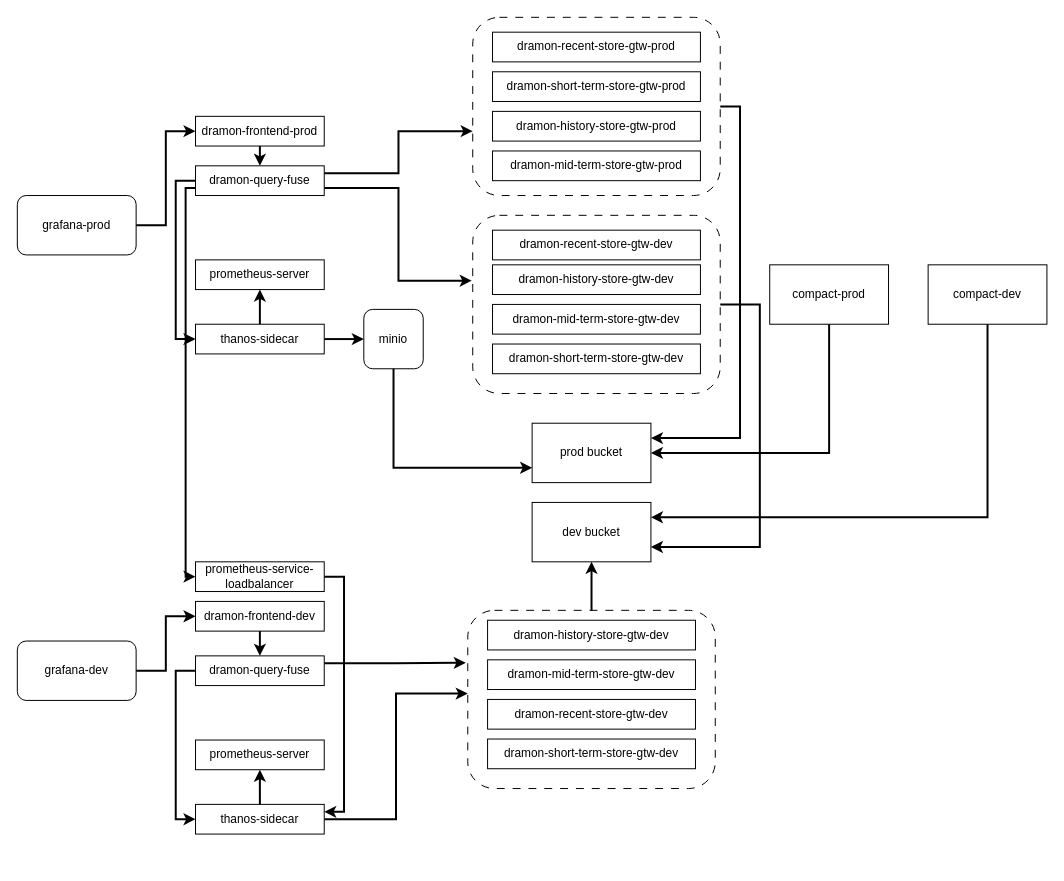
Before: thanos.drawio in woodguest/drawio, a draw.io diagram. Source tidied: cells renumbered, new cells numbered last; positions are measured from the earlier drawing's top-left corner, leaving out a move shared by most shapes. Both pictures are drawn from the tidied source at 99%, with x=0, y=0 at pixel (17, 17).
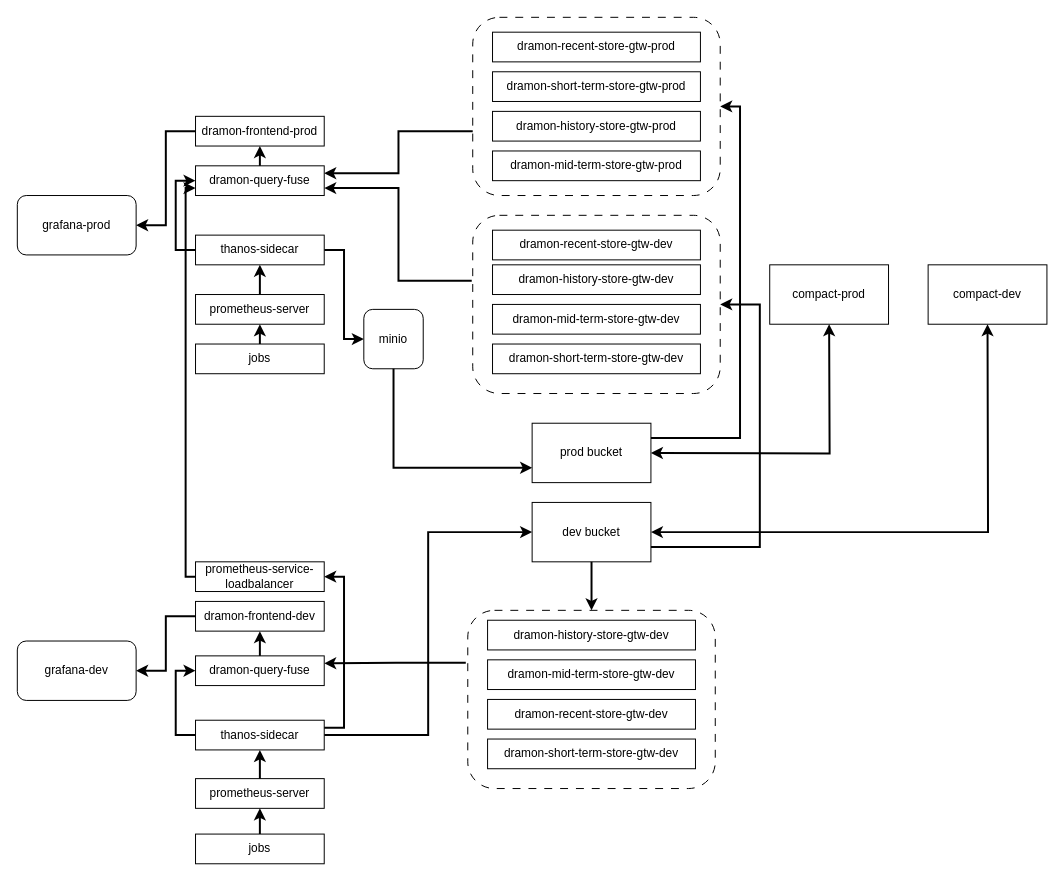
Above is the later version.

Unchanged cells that the change refers to:
```xml
<mxCell id="2" style="group;" parent="1" vertex="1">
  <mxGeometry width="1040" height="825" as="geometry" />
</mxCell>
<mxCell id="3" style="rounded=1;whiteSpace=wrap;html=1;dashed=1;dashPattern=8 8;" parent="2" vertex="1">
  <mxGeometry x="455" y="599" width="250" height="180" as="geometry" />
</mxCell>
<mxCell id="4" style="rounded=1;whiteSpace=wrap;html=1;dashed=1;dashPattern=8 8;" parent="2" vertex="1">
  <mxGeometry x="460" y="200" width="250" height="180" as="geometry" />
</mxCell>
<mxCell id="5" style="rounded=1;whiteSpace=wrap;html=1;dashed=1;dashPattern=8 8;" parent="2" vertex="1">
  <mxGeometry x="460" width="250" height="180" as="geometry" />
</mxCell>
<mxCell id="6" value="grafana-prod" style="rounded=1;whiteSpace=wrap;html=1;" parent="2" vertex="1">
  <mxGeometry y="180" width="120" height="60" as="geometry" />
</mxCell>
<mxCell id="7" value="grafana-dev" style="rounded=1;whiteSpace=wrap;html=1;" parent="2" vertex="1">
  <mxGeometry y="630" width="120" height="60" as="geometry" />
</mxCell>
<mxCell id="19" value="dramon-frontend-prod" style="rounded=0;whiteSpace=wrap;html=1;" parent="2" vertex="1">
  <mxGeometry x="180" y="100" width="130" height="30" as="geometry" />
</mxCell>
<mxCell id="22" value="dramon-query-fuse" style="rounded=0;whiteSpace=wrap;html=1;" parent="2" vertex="1">
  <mxGeometry x="180" y="150" width="130" height="30" as="geometry" />
</mxCell>
<mxCell id="29" value="prod&amp;nbsp;bucket" style="rounded=0;whiteSpace=wrap;html=1;" parent="2" vertex="1">
  <mxGeometry x="520" y="410" width="120" height="60" as="geometry" />
</mxCell>
<mxCell id="32" value="dev bucket" style="rounded=0;whiteSpace=wrap;html=1;" parent="2" vertex="1">
  <mxGeometry x="520" y="490" width="120" height="60" as="geometry" />
</mxCell>
<mxCell id="36" value="&lt;p style=&quot;margin-top: 0pt; margin-bottom: 0pt; margin-left: 0in; direction: ltr; unicode-bidi: embed; word-break: normal;&quot;&gt;compact-prod&lt;/p&gt;" style="rounded=0;whiteSpace=wrap;html=1;" parent="2" vertex="1">
  <mxGeometry x="760" y="250" width="120" height="60" as="geometry" />
</mxCell>
<mxCell id="38" value="&lt;p style=&quot;margin-top: 0pt; margin-bottom: 0pt; margin-left: 0in; direction: ltr; unicode-bidi: embed; word-break: normal;&quot;&gt;compact-dev&lt;/p&gt;" style="rounded=0;whiteSpace=wrap;html=1;" parent="2" vertex="1">
  <mxGeometry x="920" y="250" width="120" height="60" as="geometry" />
</mxCell>
<mxCell id="39" value="dramon-frontend-dev" style="rounded=0;whiteSpace=wrap;html=1;" parent="2" vertex="1">
  <mxGeometry x="180" y="590" width="130" height="30" as="geometry" />
</mxCell>
<mxCell id="42" value="dramon-query-fuse" style="rounded=0;whiteSpace=wrap;html=1;" parent="2" vertex="1">
  <mxGeometry x="180" y="645" width="130" height="30" as="geometry" />
</mxCell>
<mxCell id="54" value="prometheus-service-loadbalancer" style="rounded=0;whiteSpace=wrap;html=1;" parent="2" vertex="1">
  <mxGeometry x="180" y="550" width="130" height="30" as="geometry" />
</mxCell>
```

Diff of the diagram source:
```diff
@@
-<mxGraphModel>
+<mxGraphModel background="#FFFFFF">
@@
-    <mxCell id="17" style="edgeStyle=orthogonalEdgeStyle;rounded=0;jettySize=auto;html=1;exitX=1;exitY=0.25;exitDx=0;exitDy=0;entryX=0;entryY=0.639;entryDx=0;entryDy=0;entryPerimeter=0;strokeWidth=2;" parent="2" edge="1" source="22" target="5">
+    <mxCell id="17" style="edgeStyle=orthogonalEdgeStyle;rounded=0;jettySize=auto;html=1;exitX=0;exitY=0.639;exitDx=0;exitDy=0;entryX=1;entryY=0.25;entryDx=0;entryDy=0;strokeWidth=2;exitPerimeter=0;" parent="2" edge="1" source="5" target="22">
       <mxGeometry relative="1" as="geometry" />
     </mxCell>
-    <mxCell id="18" style="edgeStyle=orthogonalEdgeStyle;rounded=0;jettySize=auto;html=1;exitX=1;exitY=0.75;exitDx=0;exitDy=0;entryX=-0.004;entryY=0.367;entryDx=0;entryDy=0;entryPerimeter=0;strokeWidth=2;" parent="2" edge="1" source="22" target="4">
+    <mxCell id="18" style="edgeStyle=orthogonalEdgeStyle;rounded=0;jettySize=auto;html=1;exitX=-0.004;exitY=0.367;exitDx=0;exitDy=0;entryX=1;entryY=0.75;entryDx=0;entryDy=0;strokeWidth=2;exitPerimeter=0;" parent="2" edge="1" source="4" target="22">
       <mxGeometry relative="1" as="geometry" />
     </mxCell>
@@
-    <mxCell id="20" style="edgeStyle=orthogonalEdgeStyle;rounded=0;jettySize=auto;html=1;exitX=1;exitY=0.5;exitDx=0;exitDy=0;entryX=0;entryY=0.5;entryDx=0;entryDy=0;strokeWidth=2;" parent="2" edge="1" source="6" target="19">
+    <mxCell id="20" style="edgeStyle=orthogonalEdgeStyle;rounded=0;jettySize=auto;html=1;exitX=0;exitY=0.5;exitDx=0;exitDy=0;entryX=1;entryY=0.5;entryDx=0;entryDy=0;strokeWidth=2;" parent="2" edge="1" source="19" target="6">
       <mxGeometry relative="1" as="geometry" />
     </mxCell>
-    <mxCell id="21" style="edgeStyle=orthogonalEdgeStyle;rounded=0;jettySize=auto;html=1;exitX=0;exitY=0.75;exitDx=0;exitDy=0;entryX=0;entryY=0.5;entryDx=0;entryDy=0;strokeWidth=2;" parent="2" edge="1" source="22" target="54">
+    <mxCell id="21" style="edgeStyle=orthogonalEdgeStyle;rounded=0;jettySize=auto;html=1;exitX=0;exitY=0.5;exitDx=0;exitDy=0;entryX=0;entryY=0.75;entryDx=0;entryDy=0;strokeWidth=2;" parent="2" edge="1" source="54" target="22">
       <mxGeometry relative="1" as="geometry">
         <Array as="points">
+          <mxPoint x="170" y="565" />
           <mxPoint x="170" y="173" />
-          <mxPoint x="170" y="565" />
         </Array>
       </mxGeometry>
     </mxCell>
@@
-    <mxCell id="23" style="edgeStyle=orthogonalEdgeStyle;rounded=0;jettySize=auto;html=1;exitX=0.5;exitY=1;exitDx=0;exitDy=0;entryX=0.5;entryY=0;entryDx=0;entryDy=0;strokeWidth=2;" parent="2" edge="1" source="19" target="22">
+    <mxCell id="23" style="edgeStyle=orthogonalEdgeStyle;rounded=0;jettySize=auto;html=1;exitX=0.5;exitY=0;exitDx=0;exitDy=0;entryX=0.5;entryY=1;entryDx=0;entryDy=0;strokeWidth=2;" parent="2" edge="1" source="22" target="19">
       <mxGeometry relative="1" as="geometry" />
     </mxCell>
+    <mxCell id="55" style="edgeStyle=orthogonalEdgeStyle;rounded=0;jettySize=auto;html=1;exitX=0.5;exitY=0;exitDx=0;exitDy=0;entryX=0.5;entryY=1;entryDx=0;entryDy=0;strokeWidth=2;" parent="2" edge="1" source="24" target="27">
+      <mxGeometry relative="1" as="geometry" />
+    </mxCell>
     <mxCell id="24" value="&lt;p style=&quot;margin-top: 0pt; margin-bottom: 0pt; margin-left: 0in; direction: ltr; unicode-bidi: embed; word-break: normal;&quot;&gt;prometheus-server&lt;/p&gt;" style="rounded=0;whiteSpace=wrap;html=1;" parent="2" vertex="1">
-      <mxGeometry x="180" y="245" width="130" height="30" as="geometry" />
+      <mxGeometry x="180" y="280" width="130" height="30" as="geometry" />
     </mxCell>
-    <mxCell id="25" style="edgeStyle=orthogonalEdgeStyle;rounded=0;jettySize=auto;html=1;exitX=0.5;exitY=0;exitDx=0;exitDy=0;entryX=0.5;entryY=1;entryDx=0;entryDy=0;strokeWidth=2;" parent="2" edge="1" source="27" target="24">
-      <mxGeometry relative="1" as="geometry" />
-    </mxCell>
@@
     <mxCell id="27" value="&lt;p style=&quot;margin-top: 0pt; margin-bottom: 0pt; margin-left: 0in; direction: ltr; unicode-bidi: embed; word-break: normal;&quot;&gt;thanos-sidecar&lt;/p&gt;" style="rounded=0;whiteSpace=wrap;html=1;" parent="2" vertex="1">
-      <mxGeometry x="180" y="310" width="130" height="30" as="geometry" />
+      <mxGeometry x="180" y="220" width="130" height="30" as="geometry" />
     </mxCell>
-    <mxCell id="28" style="edgeStyle=orthogonalEdgeStyle;rounded=0;jettySize=auto;html=1;exitX=0;exitY=0.5;exitDx=0;exitDy=0;entryX=0;entryY=0.5;entryDx=0;entryDy=0;strokeWidth=2;" parent="2" edge="1" source="22" target="27">
+    <mxCell id="28" style="edgeStyle=orthogonalEdgeStyle;rounded=0;jettySize=auto;html=1;exitX=0;exitY=0.5;exitDx=0;exitDy=0;entryX=0;entryY=0.5;entryDx=0;entryDy=0;strokeWidth=2;" parent="2" edge="1" source="27" target="22">
       <mxGeometry relative="1" as="geometry" />
     </mxCell>
@@
-    <mxCell id="30" style="edgeStyle=orthogonalEdgeStyle;rounded=0;jettySize=auto;html=1;exitX=1;exitY=0.5;exitDx=0;exitDy=0;entryX=1;entryY=0.25;entryDx=0;entryDy=0;strokeWidth=2;" parent="2" edge="1" source="5" target="29">
+    <mxCell id="30" style="edgeStyle=orthogonalEdgeStyle;rounded=0;jettySize=auto;html=1;exitX=1;exitY=0.25;exitDx=0;exitDy=0;entryX=1;entryY=0.5;entryDx=0;entryDy=0;strokeWidth=2;" parent="2" edge="1" source="29" target="5">
       <mxGeometry relative="1" as="geometry" />
     </mxCell>
@@
-    <mxCell id="33" style="edgeStyle=orthogonalEdgeStyle;rounded=0;jettySize=auto;html=1;exitX=0.5;exitY=0;exitDx=0;exitDy=0;entryX=0.5;entryY=1;entryDx=0;entryDy=0;strokeWidth=2;" parent="2" edge="1" source="3" target="32">
+    <mxCell id="33" style="edgeStyle=orthogonalEdgeStyle;rounded=0;jettySize=auto;html=1;exitX=0.5;exitY=1;exitDx=0;exitDy=0;entryX=0.5;entryY=0;entryDx=0;entryDy=0;strokeWidth=2;" parent="2" edge="1" source="32" target="3">
       <mxGeometry relative="1" as="geometry" />
     </mxCell>
-    <mxCell id="34" style="edgeStyle=orthogonalEdgeStyle;rounded=0;jettySize=auto;html=1;exitX=1;exitY=0.5;exitDx=0;exitDy=0;entryX=1;entryY=0.75;entryDx=0;entryDy=0;strokeWidth=2;" parent="2" edge="1" source="4" target="32">
+    <mxCell id="34" style="edgeStyle=orthogonalEdgeStyle;rounded=0;jettySize=auto;html=1;exitX=1;exitY=0.75;exitDx=0;exitDy=0;entryX=1;entryY=0.5;entryDx=0;entryDy=0;strokeWidth=2;" parent="2" edge="1" source="32" target="4">
       <mxGeometry relative="1" as="geometry">
         <Array as="points">
+          <mxPoint x="750" y="535" />
           <mxPoint x="750" y="290" />
-          <mxPoint x="750" y="535" />
         </Array>
       </mxGeometry>
     </mxCell>
-    <mxCell id="35" style="edgeStyle=orthogonalEdgeStyle;rounded=0;jettySize=auto;html=1;exitX=0.5;exitY=1;exitDx=0;exitDy=0;entryX=1;entryY=0.5;entryDx=0;entryDy=0;strokeWidth=2;" parent="2" edge="1" source="36" target="29">
-      <mxGeometry relative="1" as="geometry" />
-    </mxCell>
@@
-    <mxCell id="37" style="edgeStyle=orthogonalEdgeStyle;rounded=0;jettySize=auto;html=1;exitX=0.5;exitY=1;exitDx=0;exitDy=0;entryX=1;entryY=0.25;entryDx=0;entryDy=0;strokeWidth=2;" parent="2" edge="1" source="38" target="32">
-      <mxGeometry relative="1" as="geometry" />
-    </mxCell>
@@
-    <mxCell id="40" style="edgeStyle=orthogonalEdgeStyle;rounded=0;jettySize=auto;html=1;exitX=1;exitY=0.5;exitDx=0;exitDy=0;entryX=0;entryY=0.5;entryDx=0;entryDy=0;strokeWidth=2;" parent="2" edge="1" source="7" target="39">
+    <mxCell id="40" style="edgeStyle=orthogonalEdgeStyle;rounded=0;jettySize=auto;html=1;exitX=0;exitY=0.5;exitDx=0;exitDy=0;entryX=1;entryY=0.5;entryDx=0;entryDy=0;strokeWidth=2;" parent="2" edge="1" source="39" target="7">
       <mxGeometry relative="1" as="geometry" />
     </mxCell>
-    <mxCell id="41" style="edgeStyle=orthogonalEdgeStyle;rounded=0;jettySize=auto;html=1;exitX=1;exitY=0.25;exitDx=0;exitDy=0;entryX=-0.008;entryY=0.294;entryDx=0;entryDy=0;entryPerimeter=0;strokeWidth=2;" parent="2" edge="1" source="42" target="3">
-      <mxGeometry relative="1" as="geometry" />
+    <mxCell id="41" style="edgeStyle=orthogonalEdgeStyle;rounded=0;jettySize=auto;html=1;exitX=-0.008;exitY=0.294;exitDx=0;exitDy=0;entryX=1;entryY=0.25;entryDx=0;entryDy=0;strokeWidth=2;exitPerimeter=0;" parent="2" edge="1" source="3" target="42">
+      <mxGeometry relative="1" as="geometry">
+        <Array as="points">
+          <mxPoint x="383" y="652" />
+        </Array>
+      </mxGeometry>
     </mxCell>
@@
-    <mxCell id="43" style="edgeStyle=orthogonalEdgeStyle;rounded=0;jettySize=auto;html=1;exitX=0.5;exitY=1;exitDx=0;exitDy=0;entryX=0.5;entryY=0;entryDx=0;entryDy=0;strokeWidth=2;" parent="2" edge="1" source="39" target="42">
+    <mxCell id="43" style="edgeStyle=orthogonalEdgeStyle;rounded=0;jettySize=auto;html=1;exitX=0.5;exitY=0;exitDx=0;exitDy=0;entryX=0.5;entryY=1;entryDx=0;entryDy=0;strokeWidth=2;" parent="2" edge="1" source="42" target="39">
       <mxGeometry relative="1" as="geometry" />
     </mxCell>
-    <mxCell id="44" value="&lt;p style=&quot;margin-top: 0pt; margin-bottom: 0pt; margin-left: 0in; direction: ltr; unicode-bidi: embed; word-break: normal;&quot;&gt;prometheus-server&lt;/p&gt;" style="rounded=0;whiteSpace=wrap;html=1;" parent="2" vertex="1">
-      <mxGeometry x="180" y="730" width="130" height="30" as="geometry" />
-    </mxCell>
-    <mxCell id="45" style="edgeStyle=orthogonalEdgeStyle;rounded=0;jettySize=auto;html=1;entryX=0.5;entryY=1;entryDx=0;entryDy=0;strokeWidth=2;" parent="2" edge="1" source="47" target="44">
-      <mxGeometry relative="1" as="geometry" />
-    </mxCell>
-    <mxCell id="46" style="edgeStyle=orthogonalEdgeStyle;rounded=0;jettySize=auto;html=1;exitX=1;exitY=0.5;exitDx=0;exitDy=0;entryX=0;entryY=0.467;entryDx=0;entryDy=0;entryPerimeter=0;strokeWidth=2;" parent="2" edge="1" source="47" target="3">
+    <mxCell id="46" style="edgeStyle=orthogonalEdgeStyle;rounded=0;jettySize=auto;html=1;exitX=1;exitY=0.5;exitDx=0;exitDy=0;entryX=0;entryY=0.5;entryDx=0;entryDy=0;strokeWidth=2;" parent="2" edge="1" source="47" target="32">
       <mxGeometry relative="1" as="geometry" />
     </mxCell>
     <mxCell id="47" value="&lt;p style=&quot;margin-top: 0pt; margin-bottom: 0pt; margin-left: 0in; direction: ltr; unicode-bidi: embed; word-break: normal;&quot;&gt;thanos-sidecar&lt;/p&gt;" style="rounded=0;whiteSpace=wrap;html=1;" parent="2" vertex="1">
-      <mxGeometry x="180" y="795" width="130" height="30" as="geometry" />
+      <mxGeometry x="180" y="710" width="130" height="30" as="geometry" />
     </mxCell>
-    <mxCell id="48" style="edgeStyle=orthogonalEdgeStyle;rounded=0;jettySize=auto;html=1;exitX=0;exitY=0.5;exitDx=0;exitDy=0;entryX=0;entryY=0.5;entryDx=0;entryDy=0;strokeWidth=2;" parent="2" edge="1" source="42" target="47">
+    <mxCell id="48" style="edgeStyle=orthogonalEdgeStyle;rounded=0;jettySize=auto;html=1;exitX=0;exitY=0.5;exitDx=0;exitDy=0;entryX=0;entryY=0.5;entryDx=0;entryDy=0;strokeWidth=2;" parent="2" edge="1" source="47" target="42">
       <mxGeometry relative="1" as="geometry" />
     </mxCell>
@@
-    <mxCell id="53" style="edgeStyle=orthogonalEdgeStyle;rounded=0;jettySize=auto;html=1;exitX=1;exitY=0.5;exitDx=0;exitDy=0;entryX=1;entryY=0.25;entryDx=0;entryDy=0;strokeWidth=2;" parent="2" edge="1" source="54" target="47">
+    <mxCell id="53" style="edgeStyle=orthogonalEdgeStyle;rounded=0;jettySize=auto;html=1;exitX=1;exitY=0.25;exitDx=0;exitDy=0;entryX=1;entryY=0.5;entryDx=0;entryDy=0;strokeWidth=2;" parent="2" edge="1" source="47" target="54">
       <mxGeometry relative="1" as="geometry" />
     </mxCell>
@@
+    <mxCell id="56" style="endArrow=classic;startArrow=classic;html=1;rounded=0;edgeStyle=orthogonalEdgeStyle;strokeWidth=2;" parent="2" edge="1">
+      <mxGeometry relative="1" as="geometry">
+        <mxPoint x="640" y="440" as="sourcePoint" />
+        <mxPoint x="820" y="310" as="targetPoint" />
+      </mxGeometry>
+    </mxCell>
+    <mxCell id="57" style="endArrow=classic;startArrow=classic;html=1;rounded=0;exitX=1;exitY=0.5;exitDx=0;exitDy=0;edgeStyle=orthogonalEdgeStyle;strokeWidth=2;" parent="2" edge="1" source="32">
+      <mxGeometry relative="1" as="geometry">
+        <mxPoint x="980" y="310" as="targetPoint" />
+      </mxGeometry>
+    </mxCell>
+    <mxCell id="44" value="&lt;p style=&quot;margin-top: 0pt; margin-bottom: 0pt; margin-left: 0in; direction: ltr; unicode-bidi: embed; word-break: normal;&quot;&gt;prometheus-server&lt;/p&gt;" style="rounded=0;whiteSpace=wrap;html=1;" parent="2" vertex="1">
+      <mxGeometry x="180" y="769" width="130" height="30" as="geometry" />
+    </mxCell>
+    <mxCell id="45" style="edgeStyle=orthogonalEdgeStyle;rounded=0;jettySize=auto;html=1;strokeWidth=2;exitX=0.5;exitY=0;exitDx=0;exitDy=0;" parent="2" edge="1" source="44" target="47">
+      <mxGeometry relative="1" as="geometry" />
+    </mxCell>
+    <mxCell id="58" style="edgeStyle=orthogonalEdgeStyle;rounded=0;jettySize=auto;html=1;exitX=0.5;exitY=0;exitDx=0;exitDy=0;entryX=0.5;entryY=1;entryDx=0;entryDy=0;strokeWidth=2;" parent="2" edge="1" source="59" target="24">
+      <mxGeometry relative="1" as="geometry" />
+    </mxCell>
+    <mxCell id="59" value="&lt;p style=&quot;margin-top: 0pt; margin-bottom: 0pt; margin-left: 0in; direction: ltr; unicode-bidi: embed; word-break: normal;&quot;&gt;jobs&lt;/p&gt;" style="rounded=0;whiteSpace=wrap;html=1;" parent="2" vertex="1">
+      <mxGeometry x="180" y="330" width="130" height="30" as="geometry" />
+    </mxCell>
+    <mxCell id="60" style="edgeStyle=orthogonalEdgeStyle;rounded=0;jettySize=auto;html=1;exitX=0.5;exitY=0;exitDx=0;exitDy=0;entryX=0.5;entryY=1;entryDx=0;entryDy=0;strokeWidth=2;" parent="1" edge="1" source="61" target="44">
+      <mxGeometry relative="1" as="geometry" />
+    </mxCell>
+    <mxCell id="61" value="&lt;p style=&quot;margin-top: 0pt; margin-bottom: 0pt; margin-left: 0in; direction: ltr; unicode-bidi: embed; word-break: normal;&quot;&gt;jobs&lt;/p&gt;" style="rounded=0;whiteSpace=wrap;html=1;" parent="1" vertex="1">
+      <mxGeometry x="180" y="825" width="130" height="30" as="geometry" />
+    </mxCell>
```
